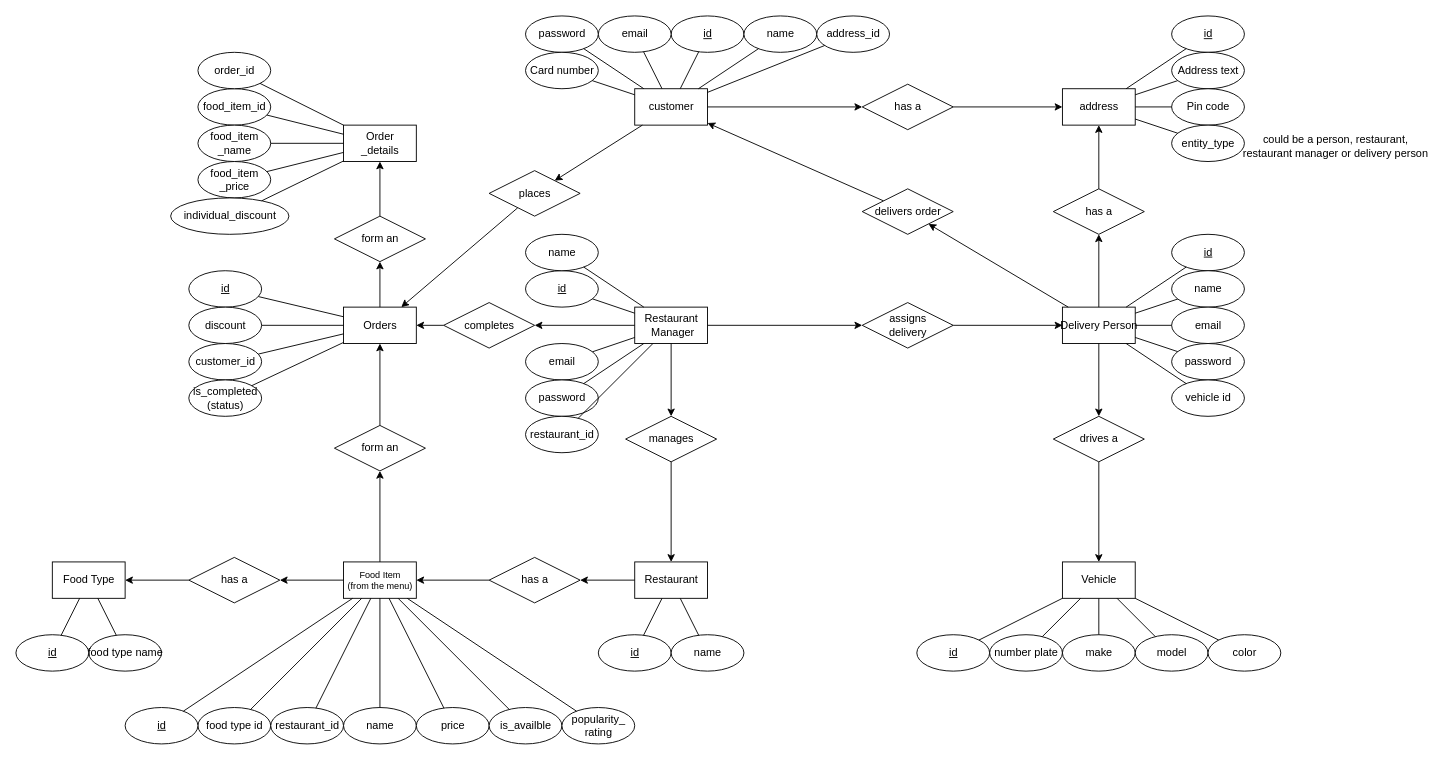
Above: diagrams/ER/ER diagram.drawio in callofthewild/hunger-buzz (draw.io), before the change. Source tidied: cells renumbered, new cells numbered last; positions are measured from the earlier drawing's top-left corner, leaving out a move shared by most shapes. Both pictures are drawn from the tidied source at 91%, with x=0, y=0 at pixel (15, 15).
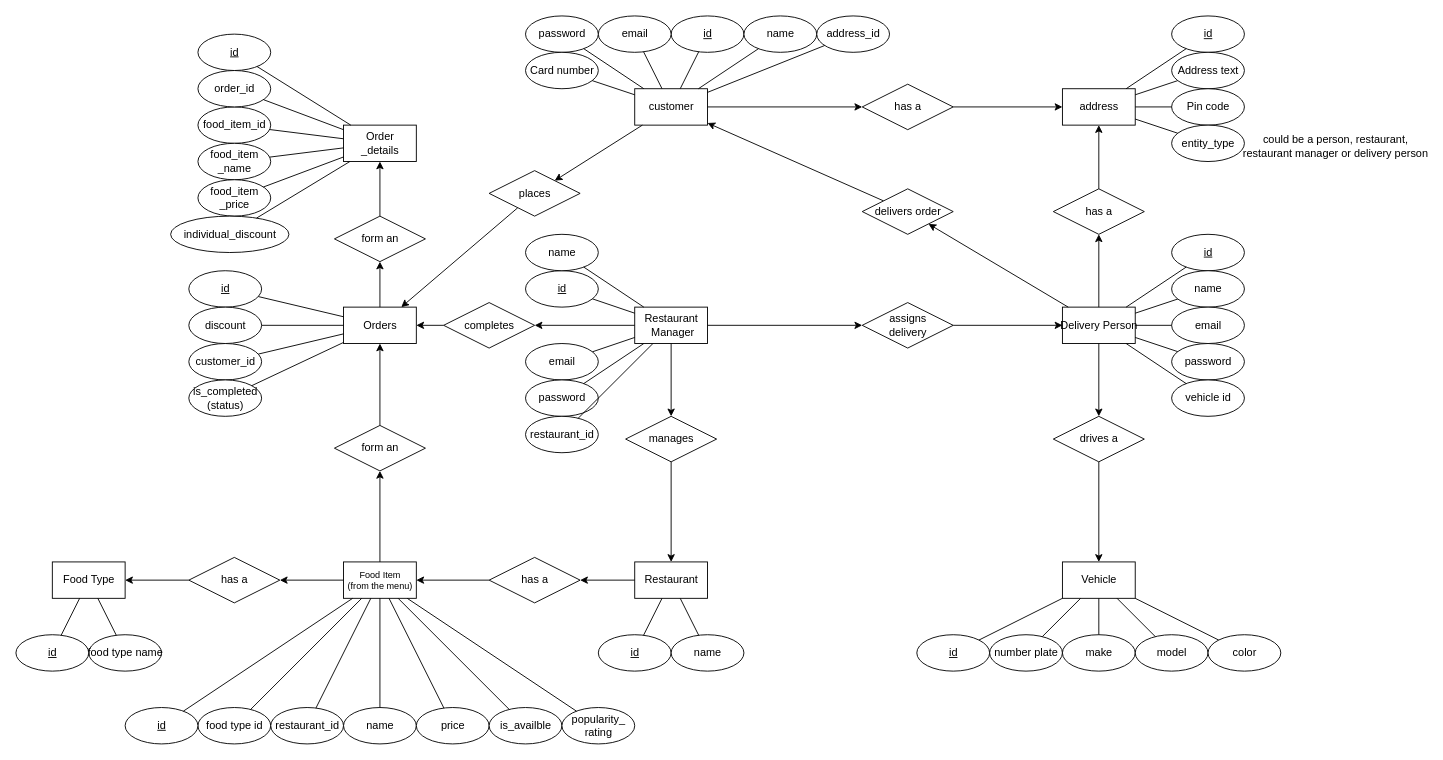
Above is the later version.

Commit message:
added id to order details

Unchanged cells that the change refers to:
```xml
<mxCell id="111" value="&lt;div&gt;Order&lt;/div&gt;_details" style="rounded=0;html=1;" parent="1" vertex="1">
  <mxGeometry x="360" y="120" width="80" height="40" as="geometry" />
</mxCell>
```

What changed in the source:
```diff
@@
     <mxCell id="112" value="food_item_id" style="ellipse;html=1;" parent="1" vertex="1">
-      <mxGeometry x="200" y="80" width="80" height="40" as="geometry" />
+      <mxGeometry x="200" y="100" width="80" height="40" as="geometry" />
     </mxCell>
     <mxCell id="113" value="&lt;div&gt;food_item&lt;/div&gt;&lt;div&gt;_name&lt;/div&gt;" style="ellipse;html=1;" parent="1" vertex="1">
-      <mxGeometry x="200" y="120" width="80" height="40" as="geometry" />
+      <mxGeometry x="200" y="140" width="80" height="40" as="geometry" />
     </mxCell>
     <mxCell id="114" value="&lt;div&gt;food_item&lt;/div&gt;&lt;div&gt;_price&lt;br&gt;&lt;/div&gt;" style="ellipse;html=1;" parent="1" vertex="1">
-      <mxGeometry x="200" y="160" width="80" height="40" as="geometry" />
+      <mxGeometry x="200" y="180" width="80" height="40" as="geometry" />
     </mxCell>
@@
     <mxCell id="117" value="order_id" style="ellipse;html=1;" parent="1" vertex="1">
-      <mxGeometry x="200" y="40" width="80" height="40" as="geometry" />
+      <mxGeometry x="200" y="60" width="80" height="40" as="geometry" />
     </mxCell>
     <mxCell id="118" value="individual_discount" style="ellipse;html=1;" parent="1" vertex="1">
-      <mxGeometry x="170" y="200" width="130" height="40" as="geometry" />
+      <mxGeometry x="170" y="220" width="130" height="40" as="geometry" />
     </mxCell>
@@
+    <mxCell id="139" value="id" style="ellipse;html=1;fontStyle=4;" parent="1" vertex="1">
+      <mxGeometry x="200" y="20" width="80" height="40" as="geometry" />
+    </mxCell>
+    <mxCell id="140" style="endArrow=none;html=1;rounded=0;" parent="1" edge="1" source="139" target="111">
+      <mxGeometry relative="1" as="geometry" />
+    </mxCell>
```
